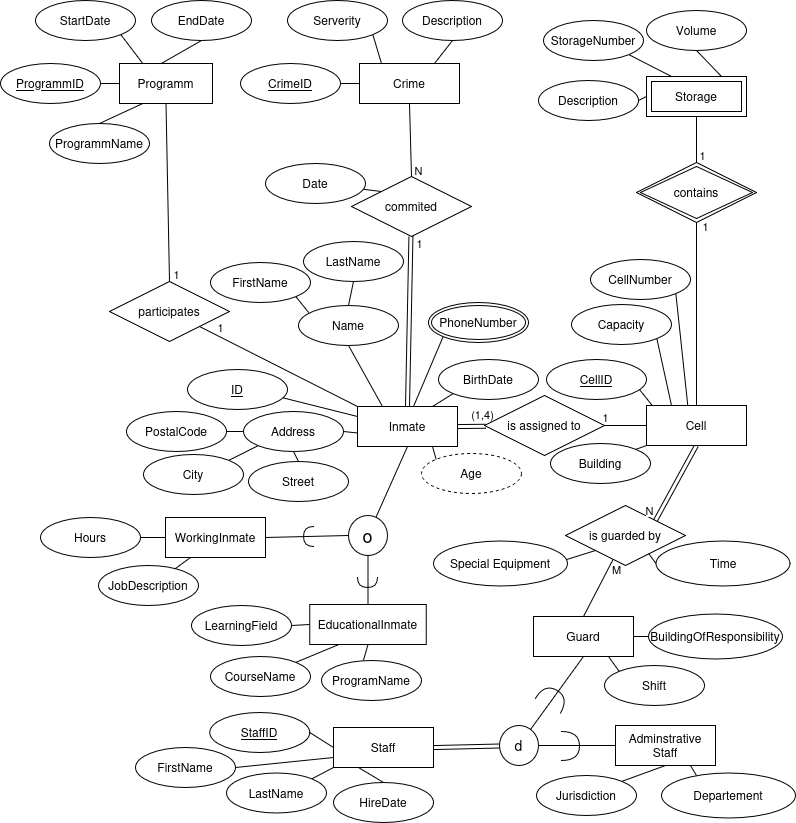
Before: assets/erprison.drawio.png, a diagram exported from draw.io (Norman1m/MyPrison). Source tidied: cells renumbered, new cells last; positions are measured from the earlier drawing's top-left corner, leaving out a move shared by most shapes.
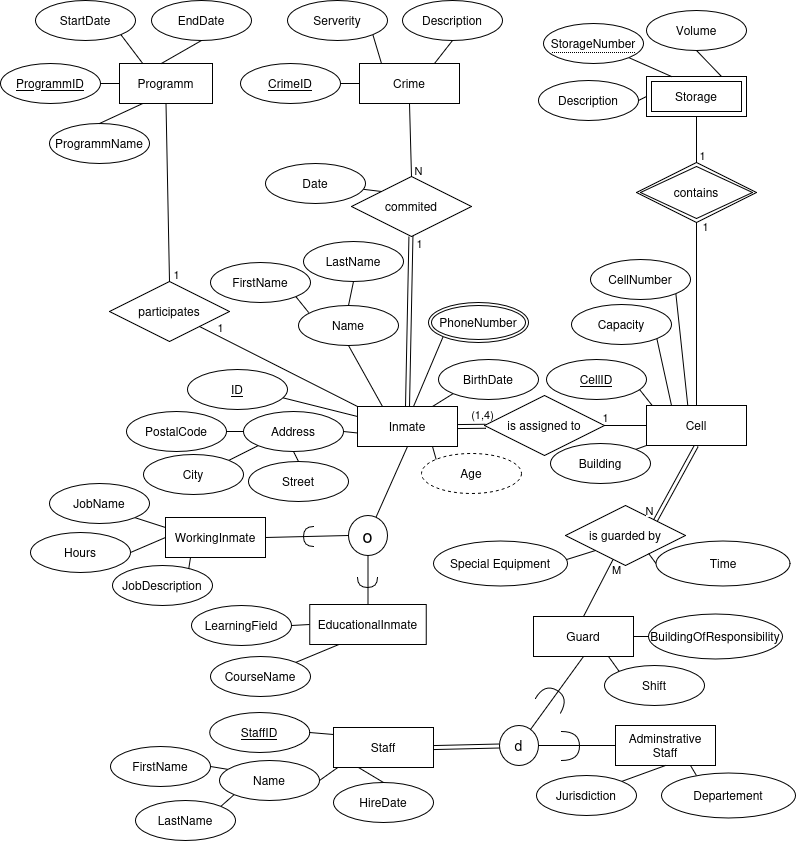
After the change.

Diff of the diagram source:
```diff
@@ -61,9 +61,6 @@
         <mxPoint x="-25" y="25" as="offset" />
       </mxGeometry>
     </mxCell>
-    <mxCell id="19" style="endArrow=none;html=1;rounded=0;entryX=0.419;entryY=0;entryDx=0;entryDy=0;entryPerimeter=0;exitX=0.5;exitY=1;exitDx=0;exitDy=0;" parent="1" edge="1" source="62" target="67">
-      <mxGeometry relative="1" as="geometry" />
-    </mxCell>
     <mxCell id="20" style="endArrow=none;html=1;rounded=0;exitX=1;exitY=0.5;exitDx=0;exitDy=0;entryX=0;entryY=0.5;entryDx=0;entryDy=0;" parent="1" edge="1" source="34" target="25">
       <mxGeometry relative="1" as="geometry" />
     </mxCell>
@@ -188,7 +185,7 @@
       <mxGeometry x="165" y="517" width="100" height="40" as="geometry" />
     </mxCell>
     <mxCell id="59" value="JobDescription" style="ellipse;whiteSpace=wrap;html=1;align=center;" parent="1" vertex="1">
-      <mxGeometry x="98" y="565" width="100" height="40" as="geometry" />
+      <mxGeometry x="112" y="565" width="100" height="40" as="geometry" />
     </mxCell>
     <mxCell id="60" style="endArrow=none;html=1;rounded=0;exitX=0.762;exitY=0.089;exitDx=0;exitDy=0;entryX=0.25;entryY=1;entryDx=0;entryDy=0;exitPerimeter=0;" parent="1" edge="1" source="59" target="58">
       <mxGeometry relative="1" as="geometry" />
@@ -209,11 +206,8 @@
       <mxGeometry x="191" y="605" width="100" height="40" as="geometry" />
     </mxCell>
     <mxCell id="66" value="Hours" style="ellipse;whiteSpace=wrap;html=1;align=center;" parent="1" vertex="1">
-      <mxGeometry x="40" y="517" width="100" height="40" as="geometry" />
+      <mxGeometry x="30" y="532" width="100" height="40" as="geometry" />
     </mxCell>
-    <mxCell id="67" value="&lt;div&gt;ProgramName&lt;/div&gt;" style="ellipse;whiteSpace=wrap;html=1;align=center;" parent="1" vertex="1">
-      <mxGeometry x="321" y="660" width="100" height="40" as="geometry" />
-    </mxCell>
     <mxCell id="68" style="endArrow=none;html=1;rounded=0;exitX=0.5;exitY=0;exitDx=0;exitDy=0;entryX=0.5;entryY=1;entryDx=0;entryDy=0;" parent="1" edge="1" source="72" target="81">
       <mxGeometry relative="1" as="geometry" />
     </mxCell>
@@ -260,7 +254,7 @@
     <mxCell id="81" value="Storage" style="shape=ext;margin=3;double=1;whiteSpace=wrap;html=1;align=center;" parent="1" vertex="1">
       <mxGeometry x="646" y="76" width="100" height="40" as="geometry" />
     </mxCell>
-    <mxCell id="82" style="endArrow=none;html=1;rounded=0;entryX=1;entryY=1;entryDx=0;entryDy=0;exitX=0.25;exitY=0;exitDx=0;exitDy=0;" parent="1" edge="1" source="81" target="130">
+    <mxCell id="82" style="endArrow=none;html=1;rounded=0;exitX=0.25;exitY=0;exitDx=0;exitDy=0;entryX=1;entryY=1;entryDx=0;entryDy=0;" parent="1" edge="1" source="81" target="130">
       <mxGeometry relative="1" as="geometry" />
     </mxCell>
     <mxCell id="83" style="endArrow=none;html=1;rounded=0;entryX=0.75;entryY=0;entryDx=0;entryDy=0;exitX=0.5;exitY=1;exitDx=0;exitDy=0;" parent="1" edge="1" source="84" target="81">
@@ -358,16 +352,16 @@
     <mxCell id="113" value="StaffID" style="ellipse;whiteSpace=wrap;html=1;align=center;fontStyle=4;" parent="1" vertex="1">
       <mxGeometry x="209.2" y="712" width="100" height="40" as="geometry" />
     </mxCell>
-    <mxCell id="114" style="endArrow=none;html=1;rounded=0;entryX=1;entryY=0.5;entryDx=0;entryDy=0;exitX=0;exitY=0.5;exitDx=0;exitDy=0;" parent="1" edge="1" source="73" target="113">
+    <mxCell id="114" style="endArrow=none;html=1;rounded=0;entryX=1;entryY=0.5;entryDx=0;entryDy=0;exitX=0;exitY=0.175;exitDx=0;exitDy=0;exitPerimeter=0;" parent="1" edge="1" source="73" target="113">
       <mxGeometry relative="1" as="geometry" />
     </mxCell>
     <mxCell id="115" value="FirstName" style="ellipse;whiteSpace=wrap;html=1;align=center;" parent="1" vertex="1">
-      <mxGeometry x="135" y="747" width="100" height="40" as="geometry" />
+      <mxGeometry x="110" y="746" width="100" height="40" as="geometry" />
     </mxCell>
-    <mxCell id="116" style="endArrow=none;html=1;rounded=0;entryX=1;entryY=0;entryDx=0;entryDy=0;exitX=0;exitY=1;exitDx=0;exitDy=0;" parent="1" edge="1" source="73" target="120">
+    <mxCell id="116" style="endArrow=none;html=1;rounded=0;entryX=1;entryY=0;entryDx=0;entryDy=0;exitX=0;exitY=1;exitDx=0;exitDy=0;" parent="1" edge="1" source="131" target="120">
       <mxGeometry relative="1" as="geometry" />
     </mxCell>
-    <mxCell id="117" style="endArrow=none;html=1;rounded=0;entryX=1;entryY=0.5;entryDx=0;entryDy=0;exitX=0;exitY=0.75;exitDx=0;exitDy=0;" parent="1" edge="1" source="73" target="115">
+    <mxCell id="117" style="endArrow=none;html=1;rounded=0;entryX=1;entryY=0.5;entryDx=0;entryDy=0;exitX=0.08;exitY=0.22;exitDx=0;exitDy=0;exitPerimeter=0;" parent="1" edge="1" source="131" target="115">
       <mxGeometry relative="1" as="geometry" />
     </mxCell>
     <mxCell id="118" value="HireDate" style="ellipse;whiteSpace=wrap;html=1;align=center;" parent="1" vertex="1">
@@ -377,7 +371,7 @@
       <mxGeometry relative="1" as="geometry" />
     </mxCell>
     <mxCell id="120" value="LastName" style="ellipse;whiteSpace=wrap;html=1;align=center;" parent="1" vertex="1">
-      <mxGeometry x="226" y="772.5" width="100" height="40" as="geometry" />
+      <mxGeometry x="135" y="800" width="100" height="40" as="geometry" />
     </mxCell>
     <mxCell id="121" style="endArrow=none;html=1;rounded=0;entryX=0.75;entryY=1;entryDx=0;entryDy=0;exitX=0.261;exitY=0.057;exitDx=0;exitDy=0;exitPerimeter=0;" parent="1" edge="1" source="122" target="79">
       <mxGeometry relative="1" as="geometry" />
@@ -406,8 +400,20 @@
     <mxCell id="129" value="PhoneNumber" style="ellipse;shape=doubleEllipse;margin=3;whiteSpace=wrap;html=1;align=center;" parent="1" vertex="1">
       <mxGeometry x="428" y="302" width="100" height="40" as="geometry" />
     </mxCell>
+    <mxCell id="131" value="Name" style="ellipse;whiteSpace=wrap;html=1;align=center;" parent="1" vertex="1">
+      <mxGeometry x="219" y="760" width="100" height="40" as="geometry" />
+    </mxCell>
+    <mxCell id="132" style="endArrow=none;html=1;rounded=0;entryX=0.047;entryY=0.993;entryDx=0;entryDy=0;exitX=1;exitY=0.5;exitDx=0;exitDy=0;entryPerimeter=0;" parent="1" edge="1" source="131" target="73">
+      <mxGeometry relative="1" as="geometry" />
+    </mxCell>
-    <mxCell id="130" value="StorageNumber" style="ellipse;whiteSpace=wrap;html=1;align=center;" parent="1" vertex="1">
-      <mxGeometry x="543" y="20" width="100" height="40" as="geometry" />
+    <mxCell id="130" value="&lt;span style=&quot;border-bottom: 1px dotted;&quot;&gt;StorageNumber&lt;/span&gt;" style="ellipse;whiteSpace=wrap;html=1;align=center;" parent="1" vertex="1">
+      <mxGeometry x="543" y="23" width="100" height="40" as="geometry" />
     </mxCell>
+    <mxCell id="133" style="endArrow=none;html=1;rounded=0;exitX=1;exitY=1;exitDx=0;exitDy=0;entryX=0;entryY=0.25;entryDx=0;entryDy=0;" parent="1" edge="1" source="134" target="58">
+      <mxGeometry relative="1" as="geometry" />
+    </mxCell>
+    <mxCell id="134" value="JobName" style="ellipse;whiteSpace=wrap;html=1;align=center;" parent="1" vertex="1">
+      <mxGeometry x="49" y="483" width="100" height="40" as="geometry" />
+    </mxCell>
   </root>
 </mxGraphModel>
```
